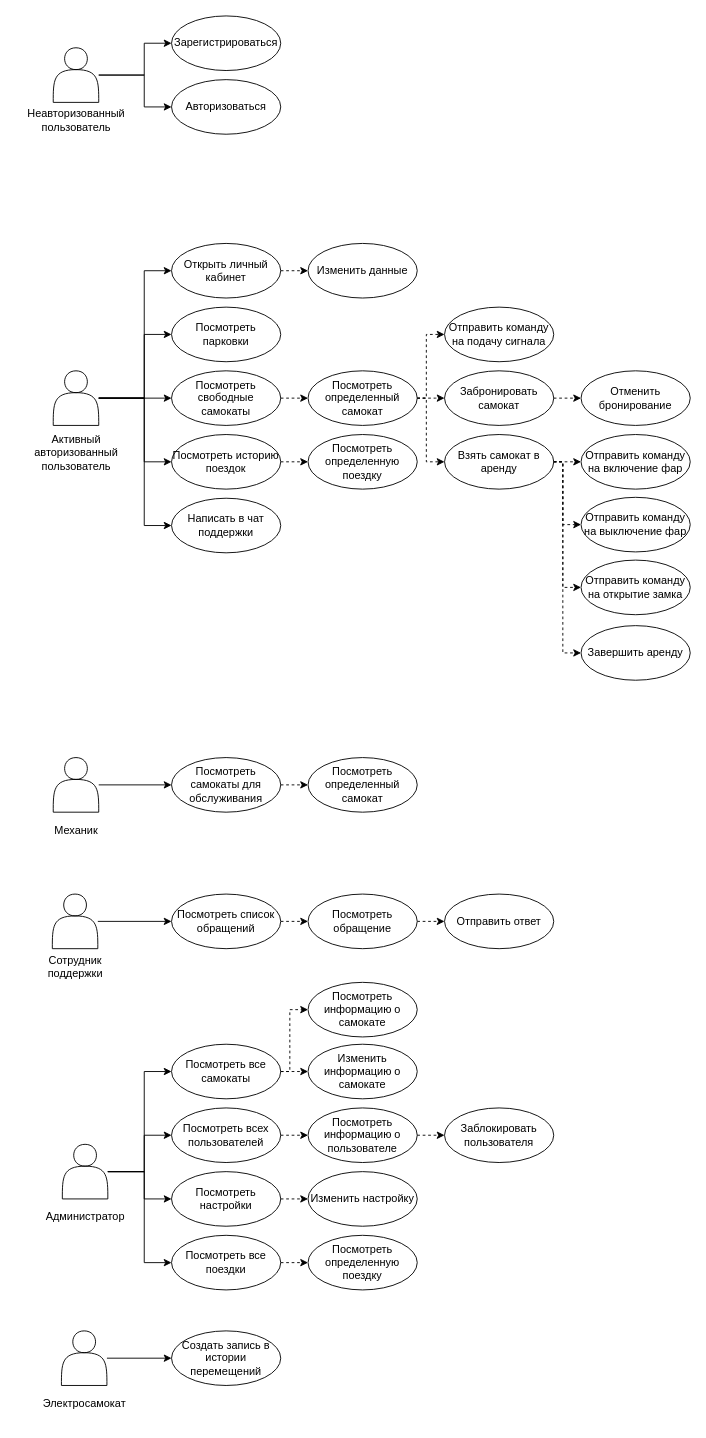
matveycodes/bmstu-db-cw keeps this draw.io diagram as docs/inc/img/use-cases.drawio. Above is the earlier version. Source tidied: cells renumbered, new cells numbered last; positions are measured from the earlier drawing's top-left corner, leaving out a move shared by most shapes. Both pictures are drawn from the tidied source at 91%, with x=0, y=0 at pixel (15, 15).
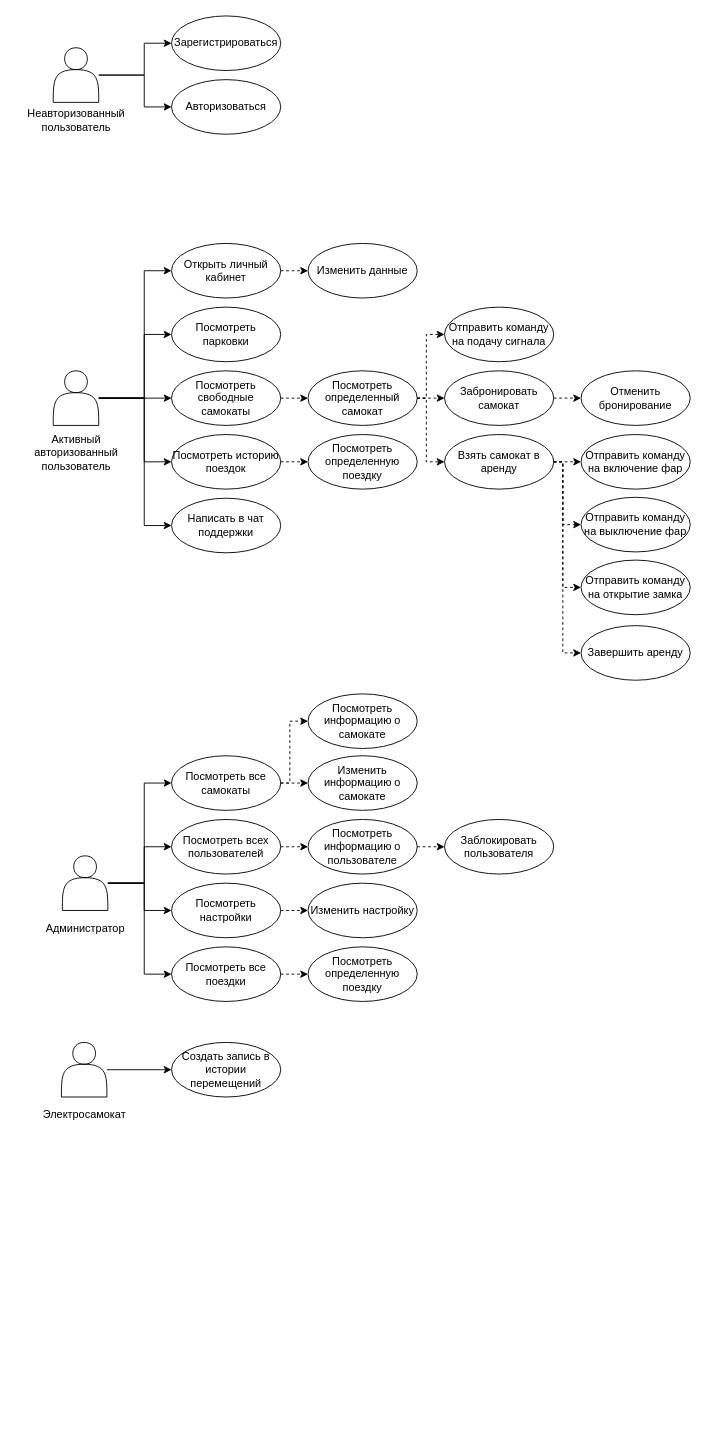
The same page after the edit.

Unchanged cells that the change refers to:
```xml
<mxCell id="44" style="shape=actor;whiteSpace=wrap;html=1;" parent="43" vertex="1">
  <mxGeometry x="40" width="50" height="60" as="geometry" />
</mxCell>
```

What changed in the source:
```diff
@@
-    <mxCell id="29" style="group;" parent="1" vertex="1">
-      <mxGeometry x="1" y="815" width="130" height="100" as="geometry" />
-    </mxCell>
-    <mxCell id="30" style="shape=actor;whiteSpace=wrap;html=1;" parent="29" vertex="1">
-      <mxGeometry x="40" width="50" height="60" as="geometry" />
-    </mxCell>
-    <mxCell id="31" value="Механик" style="text;html=1;align=center;verticalAlign=middle;strokeColor=none;fillColor=none;" parent="29" vertex="1">
-      <mxGeometry x="30" y="65" width="70" height="30" as="geometry" />
-    </mxCell>
-    <mxCell id="32" value="Посмотреть самокаты для обслуживания" style="ellipse;whiteSpace=wrap;html=1;" parent="1" vertex="1">
-      <mxGeometry x="171" y="815" width="120" height="60" as="geometry" />
-    </mxCell>
-    <mxCell id="33" style="edgeStyle=orthogonalEdgeStyle;rounded=0;jettySize=auto;html=1;entryX=0;entryY=0.5;entryDx=0;entryDy=0;" parent="1" edge="1" source="30" target="32">
-      <mxGeometry relative="1" as="geometry" />
-    </mxCell>
-    <mxCell id="34" style="group;" parent="1" vertex="1">
-      <mxGeometry y="965" width="140" height="100" as="geometry" />
-    </mxCell>
-    <mxCell id="35" style="shape=actor;whiteSpace=wrap;html=1;" parent="34" vertex="1">
-      <mxGeometry x="40" width="50" height="60" as="geometry" />
-    </mxCell>
-    <mxCell id="36" value="Сотрудник&lt;br&gt;поддержки" style="text;html=1;align=center;verticalAlign=middle;strokeColor=none;fillColor=none;" parent="34" vertex="1">
-      <mxGeometry x="20" y="60" width="90" height="40" as="geometry" />
-    </mxCell>
-    <mxCell id="37" style="edgeStyle=orthogonalEdgeStyle;rounded=0;jettySize=auto;html=1;exitX=1;exitY=0.5;exitDx=0;exitDy=0;entryX=0;entryY=0.5;entryDx=0;entryDy=0;dashed=1;" parent="1" edge="1" source="38" target="40">
-      <mxGeometry relative="1" as="geometry" />
-    </mxCell>
-    <mxCell id="38" value="Посмотреть список обращений" style="ellipse;whiteSpace=wrap;html=1;" parent="1" vertex="1">
-      <mxGeometry x="171" y="965" width="120" height="60" as="geometry" />
-    </mxCell>
-    <mxCell id="39" style="edgeStyle=orthogonalEdgeStyle;rounded=0;jettySize=auto;html=1;exitX=1;exitY=0.5;exitDx=0;exitDy=0;entryX=0;entryY=0.5;entryDx=0;entryDy=0;dashed=1;" parent="1" edge="1" source="40" target="41">
-      <mxGeometry relative="1" as="geometry" />
-    </mxCell>
-    <mxCell id="40" value="Посмотреть обращение" style="ellipse;whiteSpace=wrap;html=1;" parent="1" vertex="1">
-      <mxGeometry x="321" y="965" width="120" height="60" as="geometry" />
-    </mxCell>
-    <mxCell id="41" value="Отправить ответ" style="ellipse;whiteSpace=wrap;html=1;" parent="1" vertex="1">
-      <mxGeometry x="471" y="965" width="120" height="60" as="geometry" />
-    </mxCell>
-    <mxCell id="42" style="edgeStyle=orthogonalEdgeStyle;rounded=0;jettySize=auto;html=1;entryX=0;entryY=0.5;entryDx=0;entryDy=0;" parent="1" edge="1" source="35" target="38">
-      <mxGeometry relative="1" as="geometry" />
-    </mxCell>
     <mxCell id="43" style="group;" parent="1" vertex="1">
-      <mxGeometry x="11" y="1240" width="140" height="100" as="geometry" />
+      <mxGeometry x="11" y="923" width="140" height="100" as="geometry" />
     </mxCell>
@@
     <mxCell id="46" value="Посмотреть все самокаты" style="ellipse;whiteSpace=wrap;html=1;" parent="1" vertex="1">
-      <mxGeometry x="171" y="1130" width="120" height="60" as="geometry" />
+      <mxGeometry x="171" y="813" width="120" height="60" as="geometry" />
     </mxCell>
     <mxCell id="47" value="Посмотреть всех пользователей" style="ellipse;whiteSpace=wrap;html=1;" parent="1" vertex="1">
-      <mxGeometry x="171" y="1200" width="120" height="60" as="geometry" />
+      <mxGeometry x="171" y="883" width="120" height="60" as="geometry" />
     </mxCell>
     <mxCell id="48" value="Посмотреть настройки" style="ellipse;whiteSpace=wrap;html=1;" parent="1" vertex="1">
-      <mxGeometry x="171" y="1270" width="120" height="60" as="geometry" />
+      <mxGeometry x="171" y="953" width="120" height="60" as="geometry" />
     </mxCell>
     <mxCell id="49" value="Посмотреть определенную поездку" style="ellipse;whiteSpace=wrap;html=1;" parent="1" vertex="1">
-      <mxGeometry x="321" y="1340" width="120" height="60" as="geometry" />
+      <mxGeometry x="321" y="1023" width="120" height="60" as="geometry" />
     </mxCell>
     <mxCell id="50" value="Посмотреть все поездки" style="ellipse;whiteSpace=wrap;html=1;" parent="1" vertex="1">
-      <mxGeometry x="171" y="1340" width="120" height="60" as="geometry" />
+      <mxGeometry x="171" y="1023" width="120" height="60" as="geometry" />
     </mxCell>
     <mxCell id="51" style="edgeStyle=orthogonalEdgeStyle;rounded=0;jettySize=auto;html=1;entryX=0;entryY=0.5;entryDx=0;entryDy=0;" parent="1" edge="1" source="44" target="46">
       <mxGeometry relative="1" as="geometry">
         <Array as="points">
-          <mxPoint x="141" y="1270" />
-          <mxPoint x="141" y="1160" />
+          <mxPoint x="141" y="953" />
+          <mxPoint x="141" y="843" />
         </Array>
       </mxGeometry>
     </mxCell>
     <mxCell id="52" style="edgeStyle=orthogonalEdgeStyle;rounded=0;jettySize=auto;html=1;entryX=0;entryY=0.5;entryDx=0;entryDy=0;" parent="1" edge="1" source="44" target="47">
       <mxGeometry relative="1" as="geometry">
         <Array as="points">
-          <mxPoint x="141" y="1270" />
-          <mxPoint x="141" y="1230" />
+          <mxPoint x="141" y="953" />
+          <mxPoint x="141" y="913" />
         </Array>
       </mxGeometry>
     </mxCell>
     <mxCell id="53" style="edgeStyle=orthogonalEdgeStyle;rounded=0;jettySize=auto;html=1;entryX=0;entryY=0.5;entryDx=0;entryDy=0;" parent="1" edge="1" source="44" target="48">
       <mxGeometry relative="1" as="geometry">
         <Array as="points">
-          <mxPoint x="141" y="1270" />
-          <mxPoint x="141" y="1300" />
+          <mxPoint x="141" y="953" />
+          <mxPoint x="141" y="983" />
         </Array>
       </mxGeometry>
     </mxCell>
     <mxCell id="54" style="edgeStyle=orthogonalEdgeStyle;rounded=0;jettySize=auto;html=1;entryX=0;entryY=0.5;entryDx=0;entryDy=0;" parent="1" edge="1" source="44" target="50">
       <mxGeometry relative="1" as="geometry">
         <Array as="points">
-          <mxPoint x="141" y="1270" />
-          <mxPoint x="141" y="1370" />
+          <mxPoint x="141" y="953" />
+          <mxPoint x="141" y="1053" />
         </Array>
       </mxGeometry>
     </mxCell>
     <mxCell id="55" value="Посмотреть информацию о пользователе" style="ellipse;whiteSpace=wrap;html=1;" parent="1" vertex="1">
-      <mxGeometry x="321" y="1200" width="120" height="60" as="geometry" />
+      <mxGeometry x="321" y="883" width="120" height="60" as="geometry" />
     </mxCell>
     <mxCell id="56" value="Заблокировать пользователя" style="ellipse;whiteSpace=wrap;html=1;" parent="1" vertex="1">
-      <mxGeometry x="471" y="1200" width="120" height="60" as="geometry" />
+      <mxGeometry x="471" y="883" width="120" height="60" as="geometry" />
     </mxCell>
     <mxCell id="57" value="Посмотреть информацию о самокате" style="ellipse;whiteSpace=wrap;html=1;" parent="1" vertex="1">
-      <mxGeometry x="321" y="1062" width="120" height="60" as="geometry" />
+      <mxGeometry x="321" y="745" width="120" height="60" as="geometry" />
     </mxCell>
     <mxCell id="58" value="Изменить информацию о самокате" style="ellipse;whiteSpace=wrap;html=1;" parent="1" vertex="1">
-      <mxGeometry x="321" y="1130" width="120" height="60" as="geometry" />
+      <mxGeometry x="321" y="813" width="120" height="60" as="geometry" />
     </mxCell>
     <mxCell id="59" style="group;" parent="1" vertex="1">
-      <mxGeometry x="10" y="1445" width="130" height="100" as="geometry" />
+      <mxGeometry x="10" y="1128" width="130" height="100" as="geometry" />
     </mxCell>
@@
     <mxCell id="62" value="Создать запись в истории перемещений" style="ellipse;whiteSpace=wrap;html=1;" parent="1" vertex="1">
-      <mxGeometry x="171" y="1445" width="120" height="60" as="geometry" />
+      <mxGeometry x="171" y="1128" width="120" height="60" as="geometry" />
     </mxCell>
@@
-    <mxCell id="80" value="Посмотреть определенный самокат" style="ellipse;whiteSpace=wrap;html=1;" parent="1" vertex="1">
-      <mxGeometry x="321" y="815" width="120" height="60" as="geometry" />
-    </mxCell>
-    <mxCell id="81" style="edgeStyle=orthogonalEdgeStyle;rounded=0;jettySize=auto;html=1;exitX=1;exitY=0.5;exitDx=0;exitDy=0;entryX=0;entryY=0.5;entryDx=0;entryDy=0;dashed=1;" parent="1" edge="1" source="32" target="80">
-      <mxGeometry relative="1" as="geometry" />
-    </mxCell>
     <mxCell id="82" value="Изменить настройку" style="ellipse;whiteSpace=wrap;html=1;" parent="1" vertex="1">
-      <mxGeometry x="321" y="1270" width="120" height="60" as="geometry" />
+      <mxGeometry x="321" y="953" width="120" height="60" as="geometry" />
     </mxCell>
@@
     <mxCell id="87" style="edgeStyle=orthogonalEdgeStyle;rounded=0;jettySize=auto;html=1;entryX=0;entryY=0.5;entryDx=0;entryDy=0;dashed=1;exitX=1;exitY=0.5;exitDx=0;exitDy=0;" parent="1" edge="1" source="46" target="57">
       <mxGeometry relative="1" as="geometry">
         <Array as="points">
-          <mxPoint x="301" y="1160" />
-          <mxPoint x="301" y="1092" />
+          <mxPoint x="301" y="843" />
+          <mxPoint x="301" y="775" />
         </Array>
       </mxGeometry>
     </mxCell>
```
